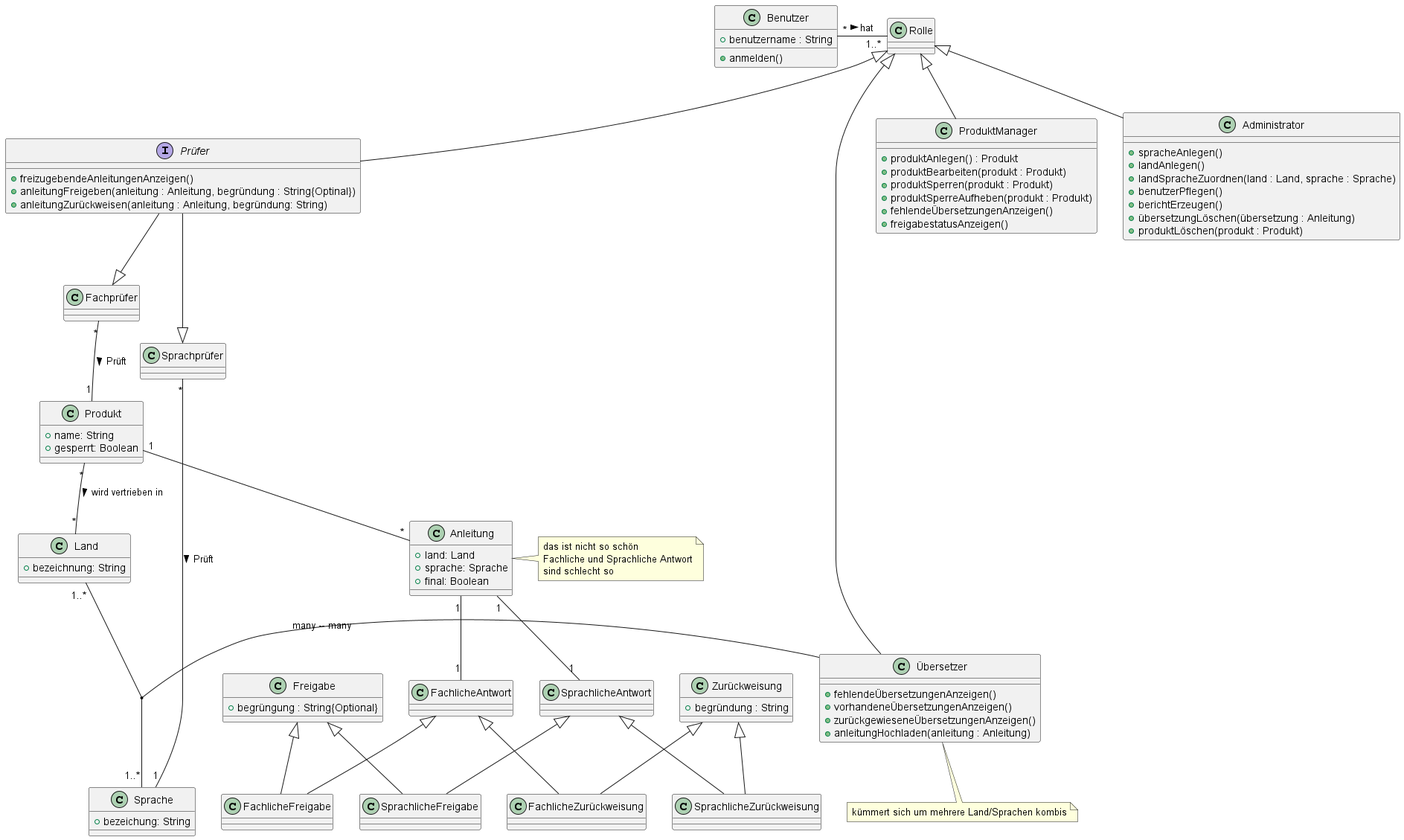
This is out/1a_Klassendiagramm/1a.png from SgtMate/ManualMaster_UML, a PlantUML export, as it was before one commit. The source it was exported from:
```plantuml
@startuml 1a

class Produkt{
    + name: String
    + gesperrt: Boolean
}
Produkt "1" -- "*" Anleitung
Produkt "*" -- "*" Land : wird vertrieben in >

class Land{
    + bezeichnung: String
}
class Sprache{
    + bezeichung: String
}
Land "1..*" -- "1..*" Sprache

class Freigabe{
    + begrüngung : String{Optional}
}
class Zurückweisung{
    + begründung : String
}
Freigabe <|-- FachlicheFreigabe
Freigabe <|-- SprachlicheFreigabe
Zurückweisung <|-- FachlicheZurückweisung
Zurückweisung <|-- SprachlicheZurückweisung
FachlicheAntwort <|-- FachlicheZurückweisung
FachlicheAntwort <|-- FachlicheFreigabe
SprachlicheAntwort <|-- SprachlicheZurückweisung
SprachlicheAntwort <|-- SprachlicheFreigabe
class Anleitung{
    + land: Land
    + sprache: Sprache
    + final: Boolean
}
note right: das ist nicht so schön\nFachliche und Sprachliche Antwort\nsind schlecht so
Anleitung "1" - "1" FachlicheAntwort
Anleitung "1" -- "1" SprachlicheAntwort


class Rolle
class ProduktManager{
    + produktAnlegen() : Produkt
    + produktBearbeiten(produkt : Produkt)
    + produktSperren(produkt : Produkt)
    + produktSperreAufheben(produkt : Produkt)
    + fehlendeÜbersetzungenAnzeigen()
    + freigabestatusAnzeigen()
}
class Administrator{
    + spracheAnlegen()
    + landAnlegen()
    + landSpracheZuordnen(land : Land, sprache : Sprache)
    + benutzerPflegen()
    + berichtErzeugen()
    + übersetzungLöschen(übersetzung : Anleitung)
    + produktLöschen(produkt : Produkt)
}

class Übersetzer{
    + fehlendeÜbersetzungenAnzeigen()
    + vorhandeneÜbersetzungenAnzeigen()
    + zurückgewieseneÜbersetzungenAnzeigen()
    + anleitungHochladen(anleitung : Anleitung)
}
note bottom: kümmert sich um mehrere Land/Sprachen kombis
(Land, Sprache) - Übersetzer : many -- many
interface Prüfer{
    + freizugebendeAnleitungenAnzeigen()
    + anleitungFreigeben(anleitung : Anleitung, begründung : String{Optinal})
    + anleitungZurückweisen(anleitung : Anleitung, begründung: String)
}
class Sprachprüfer
Prüfer --|> Sprachprüfer
Sprachprüfer "*" -- "1" Sprache : Prüft >
class Fachprüfer
Prüfer --|> Fachprüfer
Fachprüfer "*" -- "1" Produkt : Prüft >

Rolle <|-- ProduktManager
Rolle <|-- Administrator
Rolle <|-- Übersetzer
Rolle <|-- Prüfer

class Benutzer{
    + benutzername : String
    + anmelden()
}
Benutzer "*" - "1..*" Rolle : hat >


@enduml
```
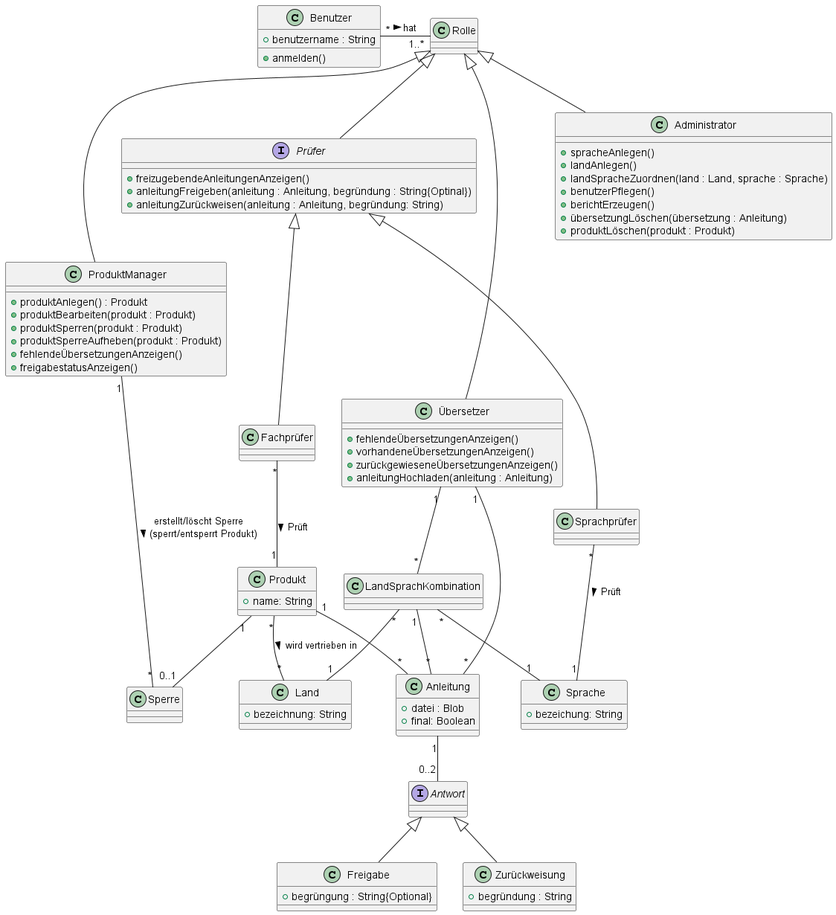
Above is the later version.

Change to the diagram source:
```diff
@@ -2,10 +2,11 @@
 
 class Produkt{
     + name: String
-    + gesperrt: Boolean
 }
 Produkt "1" -- "*" Anleitung
 Produkt "*" -- "*" Land : wird vertrieben in >
+Produkt "1" -- "0..1" Sperre
+
 
 class Land{
     + bezeichnung: String
@@ -13,7 +14,9 @@
 class Sprache{
     + bezeichung: String
 }
-Land "1..*" -- "1..*" Sprache
+LandSprachKombination "*" -- "1" Sprache
+LandSprachKombination "*" -- "1" Land
+
 
 class Freigabe{
     + begrüngung : String{Optional}
@@ -21,23 +24,18 @@
 class Zurückweisung{
     + begründung : String
 }
-Freigabe <|-- FachlicheFreigabe
-Freigabe <|-- SprachlicheFreigabe
-Zurückweisung <|-- FachlicheZurückweisung
-Zurückweisung <|-- SprachlicheZurückweisung
-FachlicheAntwort <|-- FachlicheZurückweisung
-FachlicheAntwort <|-- FachlicheFreigabe
-SprachlicheAntwort <|-- SprachlicheZurückweisung
-SprachlicheAntwort <|-- SprachlicheFreigabe
+interface Antwort{
+
+}
+Antwort <|-- Freigabe
+Antwort <|-- Zurückweisung
+
 class Anleitung{
-    + land: Land
-    + sprache: Sprache
+    + datei : Blob
     + final: Boolean
 }
-note right: das ist nicht so schön\nFachliche und Sprachliche Antwort\nsind schlecht so
-Anleitung "1" - "1" FachlicheAntwort
-Anleitung "1" -- "1" SprachlicheAntwort
-
+Anleitung "1" -- "0..2" Antwort
+LandSprachKombination "1"-- "*" Anleitung
 
 class Rolle
 class ProduktManager{
@@ -48,6 +46,8 @@
     + fehlendeÜbersetzungenAnzeigen()
     + freigabestatusAnzeigen()
 }
+ProduktManager "1" -- "*" Sperre : erstellt/löscht Sperre\n(sperrt/entsperrt Produkt) >
+
 class Administrator{
     + spracheAnlegen()
     + landAnlegen()
@@ -64,18 +64,18 @@
     + zurückgewieseneÜbersetzungenAnzeigen()
     + anleitungHochladen(anleitung : Anleitung)
 }
-note bottom: kümmert sich um mehrere Land/Sprachen kombis
-(Land, Sprache) - Übersetzer : many -- many
+Übersetzer "1" -- "*" LandSprachKombination
+Übersetzer "1" -- "*" Anleitung
 interface Prüfer{
     + freizugebendeAnleitungenAnzeigen()
     + anleitungFreigeben(anleitung : Anleitung, begründung : String{Optinal})
     + anleitungZurückweisen(anleitung : Anleitung, begründung: String)
 }
 class Sprachprüfer
-Prüfer --|> Sprachprüfer
+Prüfer <|-- Sprachprüfer
 Sprachprüfer "*" -- "1" Sprache : Prüft >
 class Fachprüfer
-Prüfer --|> Fachprüfer
+Prüfer <|-- Fachprüfer
 Fachprüfer "*" -- "1" Produkt : Prüft >
 
 Rolle <|-- ProduktManager
```
